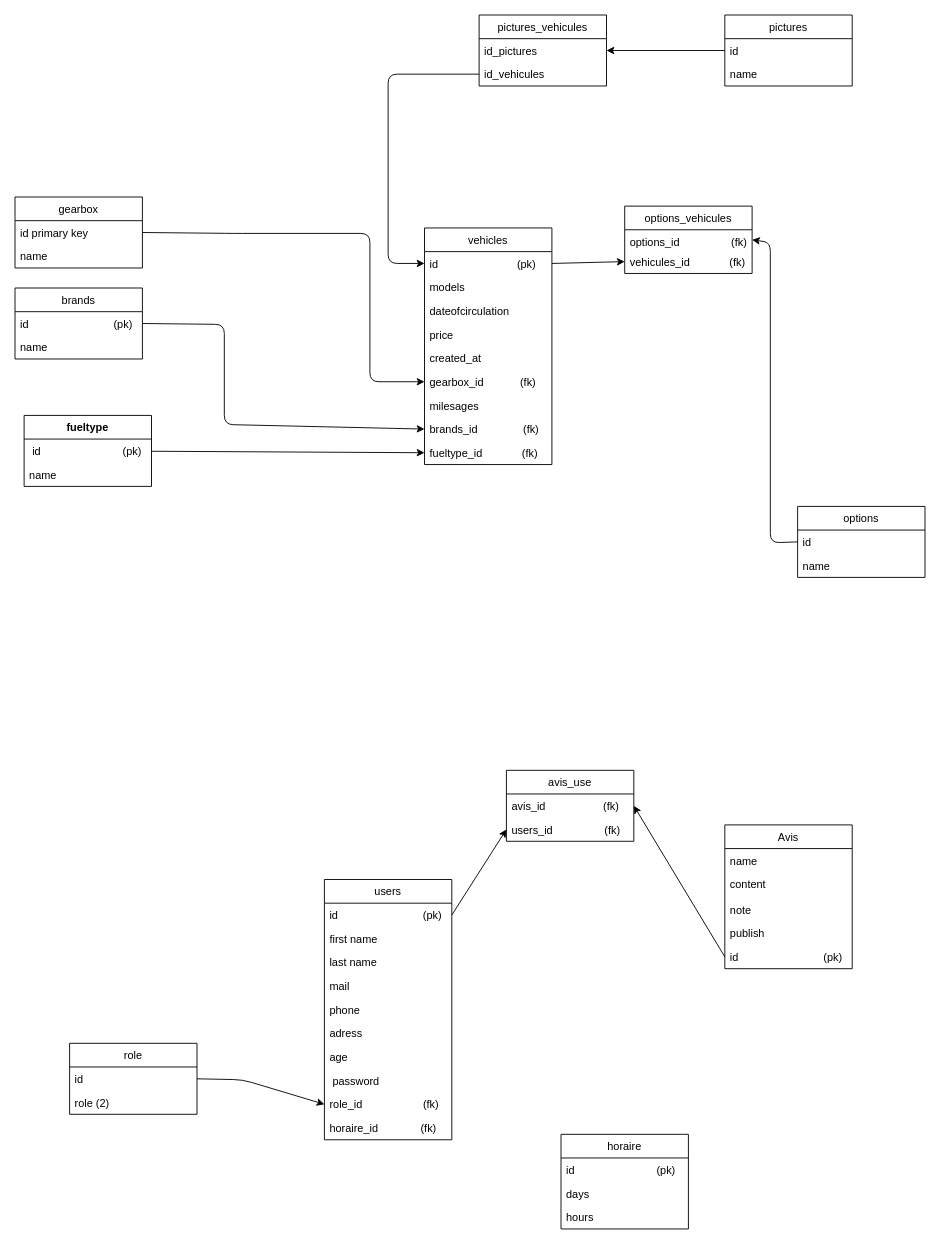
Before: Document/mcd.drawio in NathaliaDerny/VParrot, a draw.io diagram. Source tidied: cells renumbered, new cells numbered last; positions are measured from the earlier drawing's top-left corner, leaving out a move shared by most shapes. Both pictures are drawn from the tidied source at 91%, with x=0, y=0 at pixel (15, 15).
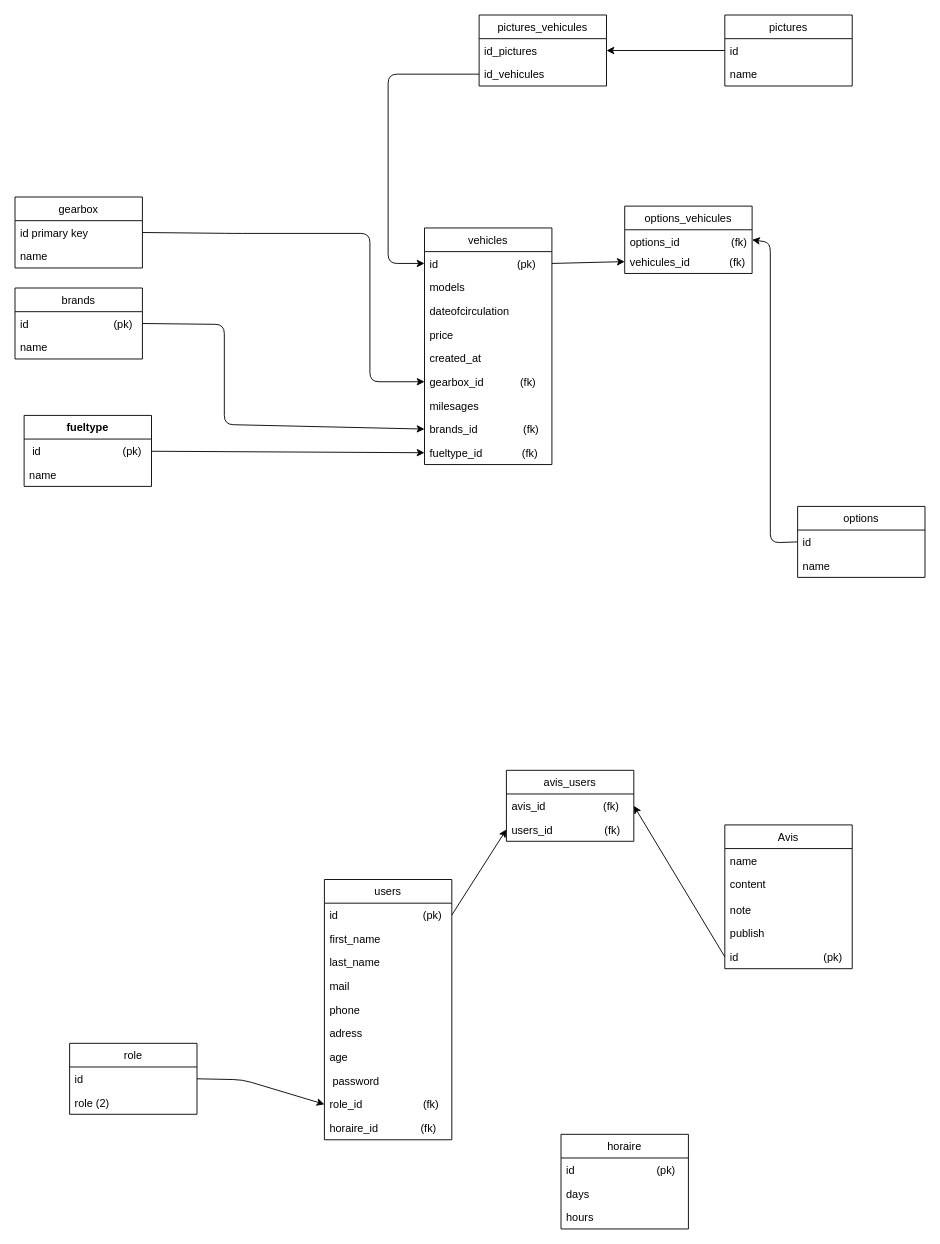
After the change.

Commit message (it also covers changes not shown here):
creation bdd

Unchanged cells that the change refers to:
```xml
<mxCell id="43" value="users" style="swimlane;fontStyle=0;horizontal=1;startSize=26;fillColor=none;" parent="1" vertex="1">
  <mxGeometry x="340" y="950" width="140" height="286" as="geometry" />
</mxCell>
```

Diff of the diagram source:
```diff
@@
-    <mxCell id="45" value="first name " style="text;strokeColor=none;fillColor=none;align=left;verticalAlign=top;spacingLeft=4;spacingRight=4;overflow=hidden;" parent="43" vertex="1">
+    <mxCell id="45" value="first_name " style="text;strokeColor=none;fillColor=none;align=left;verticalAlign=top;spacingLeft=4;spacingRight=4;overflow=hidden;" parent="43" vertex="1">
       <mxGeometry y="52" width="140" height="26" as="geometry" />
     </mxCell>
-    <mxCell id="46" value="last name " style="text;strokeColor=none;fillColor=none;align=left;verticalAlign=top;spacingLeft=4;spacingRight=4;overflow=hidden;" parent="43" vertex="1">
+    <mxCell id="46" value="last_name " style="text;strokeColor=none;fillColor=none;align=left;verticalAlign=top;spacingLeft=4;spacingRight=4;overflow=hidden;" parent="43" vertex="1">
       <mxGeometry y="78" width="140" height="26" as="geometry" />
     </mxCell>
@@
-    <mxCell id="64" value="avis_use" style="swimlane;fontStyle=0;horizontal=1;startSize=26;fillColor=none;" parent="1" vertex="1">
+    <mxCell id="64" value="avis_users" style="swimlane;fontStyle=0;horizontal=1;startSize=26;fillColor=none;" parent="1" vertex="1">
       <mxGeometry x="540" y="830" width="140" height="78" as="geometry" />
     </mxCell>
```
